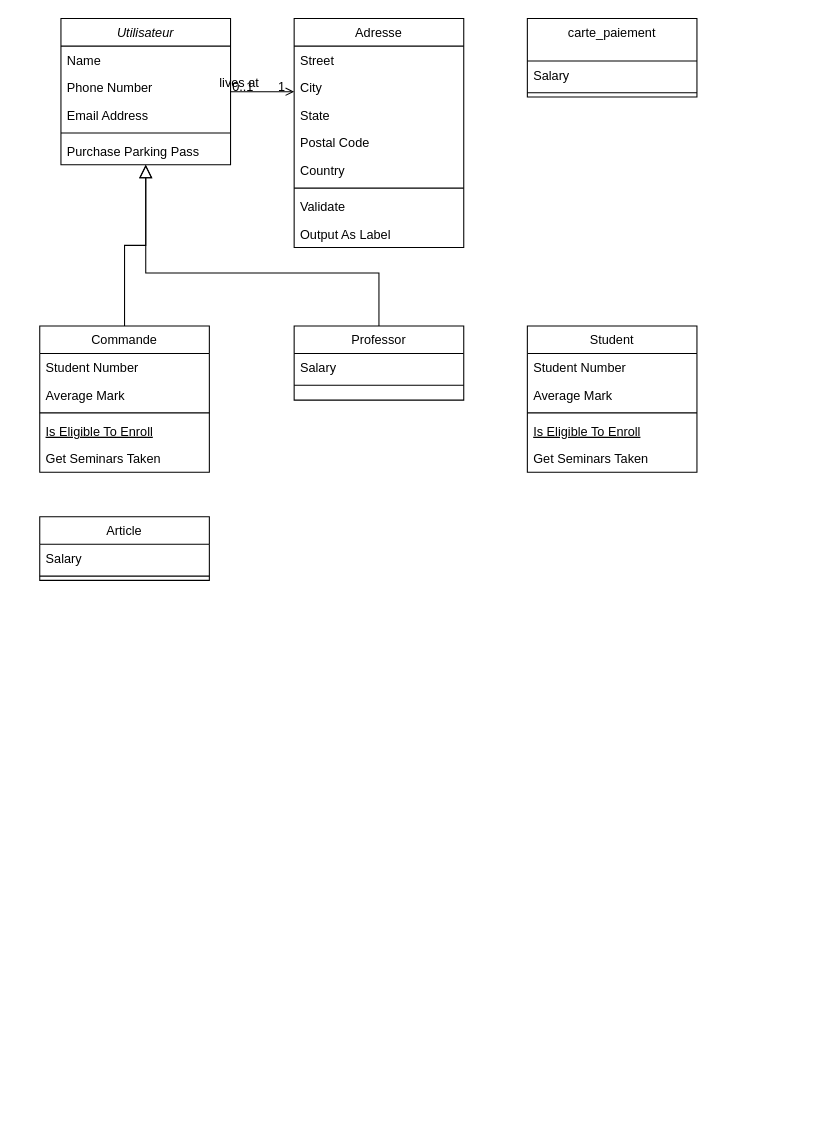
Before: ecommerce_diagram_class.drawio in Steony/BeautyBookerApp, a draw.io diagram. Source tidied: cells renumbered, new cells numbered last; positions are measured from the earlier drawing's top-left corner, leaving out a move shared by most shapes. Both pictures are drawn from the tidied source at 106%, with x=0, y=0 at pixel (39, 18).
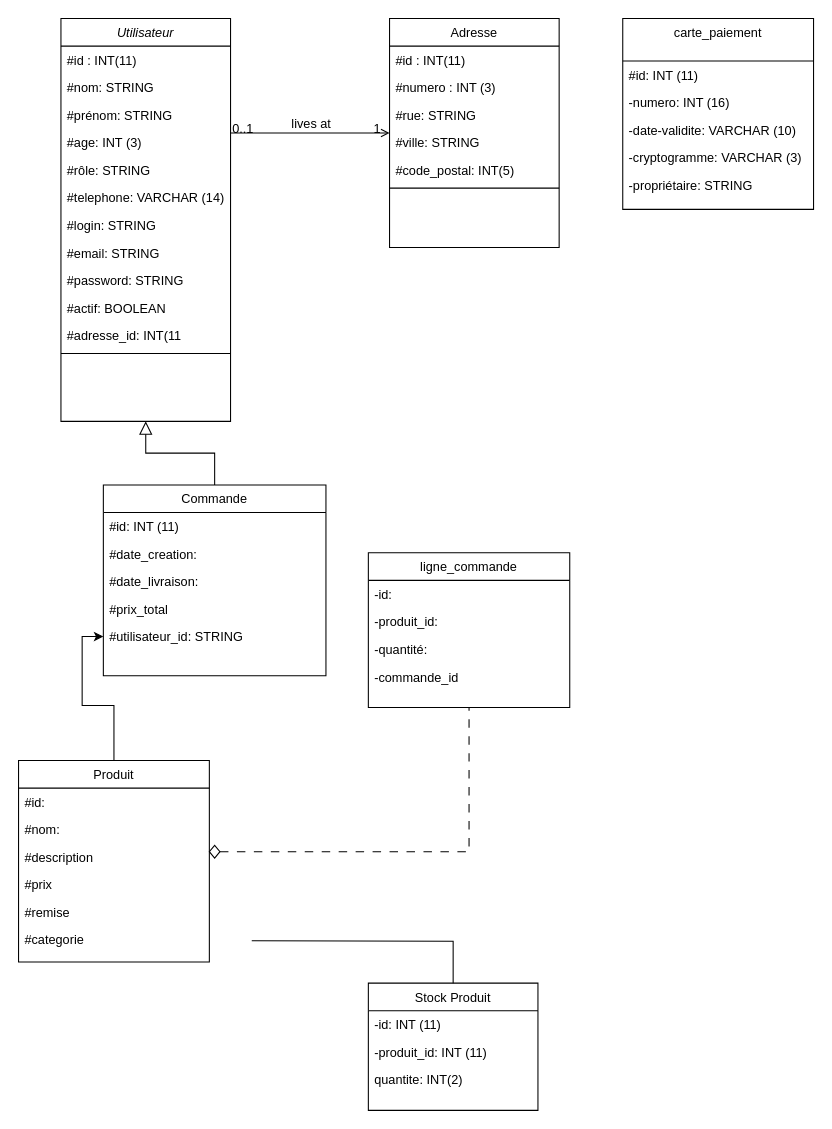
The same page after the edit.

Commit message:
Mettre à jour ecommerce_diagram_class.drawio

The edit, as a diff of the source:
```diff
@@
     <mxCell id="2" value="Utilisateur" style="swimlane;fontStyle=2;align=center;verticalAlign=top;horizontal=1;startSize=26;rounded=0;shadow=0;strokeWidth=1;" parent="1" vertex="1">
-      <mxGeometry x="20" width="160" height="138" as="geometry" />
+      <mxGeometry x="20" width="160" height="380" as="geometry" />
     </mxCell>
-    <mxCell id="3" value="Name" style="text;align=left;verticalAlign=top;spacingLeft=4;spacingRight=4;overflow=hidden;" parent="2" vertex="1">
+    <mxCell id="3" value="#id : INT(11)" style="text;align=left;verticalAlign=top;spacingLeft=4;spacingRight=4;overflow=hidden;" parent="2" vertex="1">
       <mxGeometry y="26" width="160" height="26" as="geometry" />
     </mxCell>
-    <mxCell id="4" value="Phone Number" style="text;align=left;verticalAlign=top;spacingLeft=4;spacingRight=4;overflow=hidden;rounded=0;shadow=0;html=0;" parent="2" vertex="1">
+    <mxCell id="4" value="#nom: STRING" style="text;align=left;verticalAlign=top;spacingLeft=4;spacingRight=4;overflow=hidden;rounded=0;shadow=0;html=0;" parent="2" vertex="1">
       <mxGeometry y="52" width="160" height="26" as="geometry" />
     </mxCell>
-    <mxCell id="5" value="Email Address" style="text;align=left;verticalAlign=top;spacingLeft=4;spacingRight=4;overflow=hidden;rounded=0;shadow=0;html=0;" parent="2" vertex="1">
+    <mxCell id="5" value="#prénom: STRING" style="text;align=left;verticalAlign=top;spacingLeft=4;spacingRight=4;overflow=hidden;rounded=0;shadow=0;html=0;" parent="2" vertex="1">
       <mxGeometry y="78" width="160" height="26" as="geometry" />
     </mxCell>
-    <mxCell id="6" style="line;html=1;strokeWidth=1;align=left;verticalAlign=middle;spacingTop=-1;spacingLeft=3;spacingRight=3;labelPosition=right;" parent="2" vertex="1">
-      <mxGeometry y="104" width="160" height="8" as="geometry" />
-    </mxCell>
-    <mxCell id="7" value="Purchase Parking Pass" style="text;align=left;verticalAlign=top;spacingLeft=4;spacingRight=4;overflow=hidden;" parent="2" vertex="1">
-      <mxGeometry y="112" width="160" height="26" as="geometry" />
-    </mxCell>
+    <mxCell id="44" value="#age: INT (3)" style="text;align=left;verticalAlign=top;spacingLeft=4;spacingRight=4;overflow=hidden;rounded=0;shadow=0;html=0;" parent="2" vertex="1">
+      <mxGeometry y="104" width="160" height="26" as="geometry" />
+    </mxCell>
+    <mxCell id="45" value="#rôle: STRING" style="text;align=left;verticalAlign=top;spacingLeft=4;spacingRight=4;overflow=hidden;rounded=0;shadow=0;html=0;" parent="2" vertex="1">
+      <mxGeometry y="130" width="160" height="26" as="geometry" />
+    </mxCell>
+    <mxCell id="46" value="#telephone: VARCHAR (14)" style="text;align=left;verticalAlign=top;spacingLeft=4;spacingRight=4;overflow=hidden;rounded=0;shadow=0;html=0;" parent="2" vertex="1">
+      <mxGeometry y="156" width="160" height="26" as="geometry" />
+    </mxCell>
+    <mxCell id="47" value="#login: STRING" style="text;align=left;verticalAlign=top;spacingLeft=4;spacingRight=4;overflow=hidden;rounded=0;shadow=0;html=0;" parent="2" vertex="1">
+      <mxGeometry y="182" width="160" height="26" as="geometry" />
+    </mxCell>
+    <mxCell id="48" value="#email: STRING" style="text;align=left;verticalAlign=top;spacingLeft=4;spacingRight=4;overflow=hidden;rounded=0;shadow=0;html=0;" parent="2" vertex="1">
+      <mxGeometry y="208" width="160" height="26" as="geometry" />
+    </mxCell>
+    <mxCell id="49" value="#password: STRING" style="text;align=left;verticalAlign=top;spacingLeft=4;spacingRight=4;overflow=hidden;rounded=0;shadow=0;html=0;" parent="2" vertex="1">
+      <mxGeometry y="234" width="160" height="26" as="geometry" />
+    </mxCell>
+    <mxCell id="50" value="#actif: BOOLEAN" style="text;align=left;verticalAlign=top;spacingLeft=4;spacingRight=4;overflow=hidden;rounded=0;shadow=0;html=0;" parent="2" vertex="1">
+      <mxGeometry y="260" width="160" height="26" as="geometry" />
+    </mxCell>
+    <mxCell id="51" value="#adresse_id: INT(11" style="text;align=left;verticalAlign=top;spacingLeft=4;spacingRight=4;overflow=hidden;rounded=0;shadow=0;html=0;" parent="2" vertex="1">
+      <mxGeometry y="286" width="160" height="26" as="geometry" />
+    </mxCell>
+    <mxCell id="52" style="endArrow=none;html=1;rounded=0;" parent="2" edge="1">
+      <mxGeometry relative="1" as="geometry">
+        <mxPoint y="316" as="sourcePoint" />
+        <mxPoint x="160" y="316" as="targetPoint" />
+      </mxGeometry>
+    </mxCell>
     <mxCell id="8" value="Commande" style="swimlane;fontStyle=0;align=center;verticalAlign=top;horizontal=1;startSize=26;rounded=0;shadow=0;strokeWidth=1;" parent="1" vertex="1">
-      <mxGeometry y="290" width="160" height="138" as="geometry" />
+      <mxGeometry x="60" y="440" width="210" height="180" as="geometry" />
     </mxCell>
-    <mxCell id="9" value="Student Number" style="text;align=left;verticalAlign=top;spacingLeft=4;spacingRight=4;overflow=hidden;" parent="8" vertex="1">
-      <mxGeometry y="26" width="160" height="26" as="geometry" />
+    <mxCell id="9" value="#id: INT (11)" style="text;align=left;verticalAlign=top;spacingLeft=4;spacingRight=4;overflow=hidden;" parent="8" vertex="1">
+      <mxGeometry y="26" width="210" height="26" as="geometry" />
     </mxCell>
-    <mxCell id="10" value="Average Mark" style="text;align=left;verticalAlign=top;spacingLeft=4;spacingRight=4;overflow=hidden;rounded=0;shadow=0;html=0;" parent="8" vertex="1">
-      <mxGeometry y="52" width="160" height="26" as="geometry" />
+    <mxCell id="10" value="#date_creation: " style="text;align=left;verticalAlign=top;spacingLeft=4;spacingRight=4;overflow=hidden;rounded=0;shadow=0;html=0;" parent="8" vertex="1">
+      <mxGeometry y="52" width="210" height="26" as="geometry" />
     </mxCell>
-    <mxCell id="11" style="line;html=1;strokeWidth=1;align=left;verticalAlign=middle;spacingTop=-1;spacingLeft=3;spacingRight=3;labelPosition=right;" parent="8" vertex="1">
-      <mxGeometry y="78" width="160" height="8" as="geometry" />
-    </mxCell>
-    <mxCell id="12" value="Is Eligible To Enroll" style="text;align=left;verticalAlign=top;spacingLeft=4;spacingRight=4;overflow=hidden;fontStyle=4;" parent="8" vertex="1">
-      <mxGeometry y="86" width="160" height="26" as="geometry" />
-    </mxCell>
-    <mxCell id="13" value="Get Seminars Taken" style="text;align=left;verticalAlign=top;spacingLeft=4;spacingRight=4;overflow=hidden;" parent="8" vertex="1">
-      <mxGeometry y="112" width="160" height="26" as="geometry" />
-    </mxCell>
+    <mxCell id="53" value="#date_livraison: " style="text;align=left;verticalAlign=top;spacingLeft=4;spacingRight=4;overflow=hidden;rounded=0;shadow=0;html=0;" parent="8" vertex="1">
+      <mxGeometry y="78" width="210" height="26" as="geometry" />
+    </mxCell>
+    <mxCell id="54" value="#prix_total" style="text;align=left;verticalAlign=top;spacingLeft=4;spacingRight=4;overflow=hidden;rounded=0;shadow=0;html=0;" parent="8" vertex="1">
+      <mxGeometry y="104" width="210" height="26" as="geometry" />
+    </mxCell>
+    <mxCell id="55" value="#utilisateur_id: STRING" style="text;align=left;verticalAlign=top;spacingLeft=4;spacingRight=4;overflow=hidden;points=[[0,0.5],[1,0.5]];portConstraint=eastwest;rounded=0;shadow=0;html=0;" parent="8" vertex="1">
+      <mxGeometry y="130" width="210" height="26" as="geometry" />
+    </mxCell>
@@
-    <mxCell id="15" value="Professor" style="swimlane;fontStyle=0;align=center;verticalAlign=top;horizontal=1;startSize=26;rounded=0;shadow=0;strokeWidth=1;" parent="1" vertex="1">
-      <mxGeometry x="240" y="290" width="160" height="70" as="geometry" />
+    <mxCell id="15" value="ligne_commande" style="swimlane;fontStyle=0;align=center;verticalAlign=top;horizontal=1;startSize=26;rounded=0;shadow=0;strokeWidth=1;" parent="1" vertex="1">
+      <mxGeometry x="310" y="504" width="190" height="146" as="geometry" />
     </mxCell>
-    <mxCell id="16" value="Salary" style="text;align=left;verticalAlign=top;spacingLeft=4;spacingRight=4;overflow=hidden;" parent="15" vertex="1">
-      <mxGeometry y="26" width="160" height="26" as="geometry" />
+    <mxCell id="16" value="-id: " style="text;align=left;verticalAlign=top;spacingLeft=4;spacingRight=4;overflow=hidden;" parent="15" vertex="1">
+      <mxGeometry y="26" width="190" height="26" as="geometry" />
     </mxCell>
-    <mxCell id="17" style="line;html=1;strokeWidth=1;align=left;verticalAlign=middle;spacingTop=-1;spacingLeft=3;spacingRight=3;labelPosition=right;" parent="15" vertex="1">
-      <mxGeometry y="52" width="160" height="8" as="geometry" />
-    </mxCell>
-    <mxCell id="18" style="endArrow=block;endSize=10;endFill=0;shadow=0;strokeWidth=1;rounded=0;curved=0;edgeStyle=elbowEdgeStyle;elbow=vertical;" parent="1" edge="1" source="15" target="2">
-      <mxGeometry relative="1" as="geometry">
-        <Array as="points">
-          <mxPoint x="210" y="240" />
-        </Array>
-      </mxGeometry>
-    </mxCell>
+    <mxCell id="56" value="-produit_id:" style="text;align=left;verticalAlign=top;spacingLeft=4;spacingRight=4;overflow=hidden;" parent="15" vertex="1">
+      <mxGeometry y="52" width="190" height="26" as="geometry" />
+    </mxCell>
+    <mxCell id="57" value="-quantité:" style="text;align=left;verticalAlign=top;spacingLeft=4;spacingRight=4;overflow=hidden;" parent="15" vertex="1">
+      <mxGeometry y="78" width="190" height="26" as="geometry" />
+    </mxCell>
+    <mxCell id="58" value="-commande_id" style="text;align=left;verticalAlign=top;spacingLeft=4;spacingRight=4;overflow=hidden;" parent="15" vertex="1">
+      <mxGeometry y="104" width="190" height="26" as="geometry" />
+    </mxCell>
     <mxCell id="19" value="Adresse" style="swimlane;fontStyle=0;align=center;verticalAlign=top;horizontal=1;startSize=26;rounded=0;shadow=0;strokeWidth=1;" parent="1" vertex="1">
-      <mxGeometry x="240" width="160" height="216" as="geometry" />
+      <mxGeometry x="330" width="160" height="216" as="geometry" />
     </mxCell>
-    <mxCell id="20" value="Street" style="text;align=left;verticalAlign=top;spacingLeft=4;spacingRight=4;overflow=hidden;" parent="19" vertex="1">
+    <mxCell id="20" value="#id : INT(11)" style="text;align=left;verticalAlign=top;spacingLeft=4;spacingRight=4;overflow=hidden;" parent="19" vertex="1">
       <mxGeometry y="26" width="160" height="26" as="geometry" />
     </mxCell>
-    <mxCell id="21" value="City" style="text;align=left;verticalAlign=top;spacingLeft=4;spacingRight=4;overflow=hidden;rounded=0;shadow=0;html=0;" parent="19" vertex="1">
+    <mxCell id="21" value="#numero : INT (3)" style="text;align=left;verticalAlign=top;spacingLeft=4;spacingRight=4;overflow=hidden;rounded=0;shadow=0;html=0;" parent="19" vertex="1">
       <mxGeometry y="52" width="160" height="26" as="geometry" />
     </mxCell>
-    <mxCell id="22" value="State" style="text;align=left;verticalAlign=top;spacingLeft=4;spacingRight=4;overflow=hidden;rounded=0;shadow=0;html=0;" parent="19" vertex="1">
+    <mxCell id="22" value="#rue: STRING" style="text;align=left;verticalAlign=top;spacingLeft=4;spacingRight=4;overflow=hidden;rounded=0;shadow=0;html=0;" parent="19" vertex="1">
       <mxGeometry y="78" width="160" height="26" as="geometry" />
     </mxCell>
-    <mxCell id="23" value="Postal Code" style="text;align=left;verticalAlign=top;spacingLeft=4;spacingRight=4;overflow=hidden;rounded=0;shadow=0;html=0;" parent="19" vertex="1">
+    <mxCell id="23" value="#ville: STRING" style="text;align=left;verticalAlign=top;spacingLeft=4;spacingRight=4;overflow=hidden;rounded=0;shadow=0;html=0;" parent="19" vertex="1">
       <mxGeometry y="104" width="160" height="26" as="geometry" />
     </mxCell>
-    <mxCell id="24" value="Country" style="text;align=left;verticalAlign=top;spacingLeft=4;spacingRight=4;overflow=hidden;rounded=0;shadow=0;html=0;" parent="19" vertex="1">
+    <mxCell id="24" value="#code_postal: INT(5)" style="text;align=left;verticalAlign=top;spacingLeft=4;spacingRight=4;overflow=hidden;rounded=0;shadow=0;html=0;" parent="19" vertex="1">
       <mxGeometry y="130" width="160" height="26" as="geometry" />
     </mxCell>
@@
-    <mxCell id="26" value="Validate" style="text;align=left;verticalAlign=top;spacingLeft=4;spacingRight=4;overflow=hidden;" parent="19" vertex="1">
-      <mxGeometry y="164" width="160" height="26" as="geometry" />
-    </mxCell>
-    <mxCell id="27" value="Output As Label" style="text;align=left;verticalAlign=top;spacingLeft=4;spacingRight=4;overflow=hidden;" parent="19" vertex="1">
-      <mxGeometry y="190" width="160" height="26" as="geometry" />
-    </mxCell>
@@
     <mxCell id="32" value="carte_paiement" style="swimlane;fontStyle=0;align=center;verticalAlign=top;horizontal=1;startSize=40;rounded=0;shadow=0;strokeWidth=1;" parent="1" vertex="1">
-      <mxGeometry x="460" width="160" height="74" as="geometry" />
+      <mxGeometry x="550" width="180" height="180" as="geometry" />
     </mxCell>
-    <mxCell id="33" value="Salary" style="text;align=left;verticalAlign=top;spacingLeft=4;spacingRight=4;overflow=hidden;" parent="32" vertex="1">
-      <mxGeometry y="40" width="160" height="26" as="geometry" />
+    <mxCell id="33" value="#id: INT (11)" style="text;align=left;verticalAlign=top;spacingLeft=4;spacingRight=4;overflow=hidden;" parent="32" vertex="1">
+      <mxGeometry y="40" width="180" height="26" as="geometry" />
     </mxCell>
-    <mxCell id="34" style="line;html=1;strokeWidth=1;align=left;verticalAlign=middle;spacingTop=-1;spacingLeft=3;spacingRight=3;labelPosition=right;" parent="32" vertex="1">
-      <mxGeometry y="66" width="160" height="8" as="geometry" />
-    </mxCell>
+    <mxCell id="59" value="-numero: INT (16)" style="text;align=left;verticalAlign=top;spacingLeft=4;spacingRight=4;overflow=hidden;" parent="32" vertex="1">
+      <mxGeometry y="66" width="180" height="26" as="geometry" />
+    </mxCell>
+    <mxCell id="60" value="-date-validite: VARCHAR (10)" style="text;align=left;verticalAlign=top;spacingLeft=4;spacingRight=4;overflow=hidden;" parent="32" vertex="1">
+      <mxGeometry y="92" width="180" height="26" as="geometry" />
+    </mxCell>
+    <mxCell id="61" value="-cryptogramme: VARCHAR (3)" style="text;align=left;verticalAlign=top;spacingLeft=4;spacingRight=4;overflow=hidden;" parent="32" vertex="1">
+      <mxGeometry y="118" width="180" height="26" as="geometry" />
+    </mxCell>
+    <mxCell id="62" value="-propriétaire: STRING" style="text;align=left;verticalAlign=top;spacingLeft=4;spacingRight=4;overflow=hidden;" parent="32" vertex="1">
+      <mxGeometry y="144" width="180" height="26" as="geometry" />
+    </mxCell>
+    <mxCell id="63" style="edgeStyle=orthogonalEdgeStyle;rounded=0;jettySize=auto;html=1;" parent="1" edge="1" source="35" target="55">
+      <mxGeometry relative="1" as="geometry" />
+    </mxCell>
-    <mxCell id="35" value="Student" style="swimlane;fontStyle=0;align=center;verticalAlign=top;horizontal=1;startSize=26;rounded=0;shadow=0;strokeWidth=1;" parent="1" vertex="1">
-      <mxGeometry x="460" y="290" width="160" height="138" as="geometry" />
+    <mxCell id="35" value="Produit" style="swimlane;fontStyle=0;align=center;verticalAlign=top;horizontal=1;startSize=26;rounded=0;shadow=0;strokeWidth=1;" parent="1" vertex="1">
+      <mxGeometry x="-20" y="700" width="180" height="190" as="geometry" />
     </mxCell>
-    <mxCell id="36" value="Student Number" style="text;align=left;verticalAlign=top;spacingLeft=4;spacingRight=4;overflow=hidden;" parent="35" vertex="1">
-      <mxGeometry y="26" width="160" height="26" as="geometry" />
+    <mxCell id="36" value="#id: " style="text;align=left;verticalAlign=top;spacingLeft=4;spacingRight=4;overflow=hidden;" parent="35" vertex="1">
+      <mxGeometry y="26" width="180" height="26" as="geometry" />
     </mxCell>
-    <mxCell id="37" value="Average Mark" style="text;align=left;verticalAlign=top;spacingLeft=4;spacingRight=4;overflow=hidden;rounded=0;shadow=0;html=0;" parent="35" vertex="1">
-      <mxGeometry y="52" width="160" height="26" as="geometry" />
-    </mxCell>
-    <mxCell id="38" style="line;html=1;strokeWidth=1;align=left;verticalAlign=middle;spacingTop=-1;spacingLeft=3;spacingRight=3;labelPosition=right;" parent="35" vertex="1">
-      <mxGeometry y="78" width="160" height="8" as="geometry" />
-    </mxCell>
-    <mxCell id="39" value="Is Eligible To Enroll" style="text;align=left;verticalAlign=top;spacingLeft=4;spacingRight=4;overflow=hidden;fontStyle=4;" parent="35" vertex="1">
-      <mxGeometry y="86" width="160" height="26" as="geometry" />
-    </mxCell>
-    <mxCell id="40" value="Get Seminars Taken" style="text;align=left;verticalAlign=top;spacingLeft=4;spacingRight=4;overflow=hidden;" parent="35" vertex="1">
-      <mxGeometry y="112" width="160" height="26" as="geometry" />
-    </mxCell>
+    <mxCell id="64" value="#nom:" style="text;align=left;verticalAlign=top;spacingLeft=4;spacingRight=4;overflow=hidden;" parent="35" vertex="1">
+      <mxGeometry y="52" width="180" height="26" as="geometry" />
+    </mxCell>
+    <mxCell id="65" value="#description" style="text;align=left;verticalAlign=top;spacingLeft=4;spacingRight=4;overflow=hidden;" parent="35" vertex="1">
+      <mxGeometry y="78" width="180" height="26" as="geometry" />
+    </mxCell>
+    <mxCell id="66" value="#prix" style="text;align=left;verticalAlign=top;spacingLeft=4;spacingRight=4;overflow=hidden;" parent="35" vertex="1">
+      <mxGeometry y="104" width="180" height="26" as="geometry" />
+    </mxCell>
+    <mxCell id="67" value="#remise" style="text;align=left;verticalAlign=top;spacingLeft=4;spacingRight=4;overflow=hidden;" parent="35" vertex="1">
+      <mxGeometry y="130" width="180" height="26" as="geometry" />
+    </mxCell>
+    <mxCell id="68" value="#categorie" style="text;align=left;verticalAlign=top;spacingLeft=4;spacingRight=4;overflow=hidden;" parent="35" vertex="1">
+      <mxGeometry y="156" width="180" height="26" as="geometry" />
+    </mxCell>
-    <mxCell id="41" value="Article" style="swimlane;fontStyle=0;align=center;verticalAlign=top;horizontal=1;startSize=26;rounded=0;shadow=0;strokeWidth=1;" parent="1" vertex="1">
-      <mxGeometry y="470" width="160" height="60" as="geometry" />
+    <mxCell id="41" value="Stock Produit" style="swimlane;fontStyle=0;align=center;verticalAlign=top;horizontal=1;startSize=26;rounded=0;shadow=0;strokeWidth=1;" parent="1" vertex="1">
+      <mxGeometry x="310" y="910" width="160" height="120" as="geometry" />
     </mxCell>
-    <mxCell id="42" value="Salary" style="text;align=left;verticalAlign=top;spacingLeft=4;spacingRight=4;overflow=hidden;" parent="41" vertex="1">
+    <mxCell id="42" value="-id: INT (11)" style="text;align=left;verticalAlign=top;spacingLeft=4;spacingRight=4;overflow=hidden;" parent="41" vertex="1">
       <mxGeometry y="26" width="160" height="26" as="geometry" />
     </mxCell>
-    <mxCell id="43" style="line;html=1;strokeWidth=1;align=left;verticalAlign=middle;spacingTop=-1;spacingLeft=3;spacingRight=3;labelPosition=right;" parent="41" vertex="1">
-      <mxGeometry y="52" width="160" height="8" as="geometry" />
-    </mxCell>
+    <mxCell id="69" value="-produit_id: INT (11)" style="text;align=left;verticalAlign=top;spacingLeft=4;spacingRight=4;overflow=hidden;" parent="41" vertex="1">
+      <mxGeometry y="52" width="160" height="26" as="geometry" />
+    </mxCell>
+    <mxCell id="70" value="quantite: INT(2)" style="text;align=left;verticalAlign=top;spacingLeft=4;spacingRight=4;overflow=hidden;" parent="41" vertex="1">
+      <mxGeometry y="78" width="160" height="26" as="geometry" />
+    </mxCell>
+    <mxCell id="71" style="rhombus;whiteSpace=wrap;html=1;align=left;fillColor=none;strokeColor=inherit;strokeWidth=1;labelBackgroundColor=default;spacingTop=-1;spacingLeft=3;spacingRight=3;" parent="1" vertex="1">
+      <mxGeometry x="160" y="780" width="10" height="12" as="geometry" />
+    </mxCell>
+    <mxCell id="72" style="endArrow=none;html=1;edgeStyle=orthogonalEdgeStyle;rounded=0;" parent="1" edge="1" target="41">
+      <mxGeometry relative="1" as="geometry">
+        <mxPoint x="200" y="870" as="sourcePoint" />
+      </mxGeometry>
+    </mxCell>
+    <mxCell id="73" style="endArrow=none;html=1;edgeStyle=orthogonalEdgeStyle;rounded=0;dashed=1;dashPattern=8 8;entryX=0.5;entryY=1;entryDx=0;entryDy=0;exitX=1;exitY=0.5;exitDx=0;exitDy=0;" parent="1" edge="1" source="71" target="15">
+      <mxGeometry relative="1" as="geometry" />
+    </mxCell>
```
